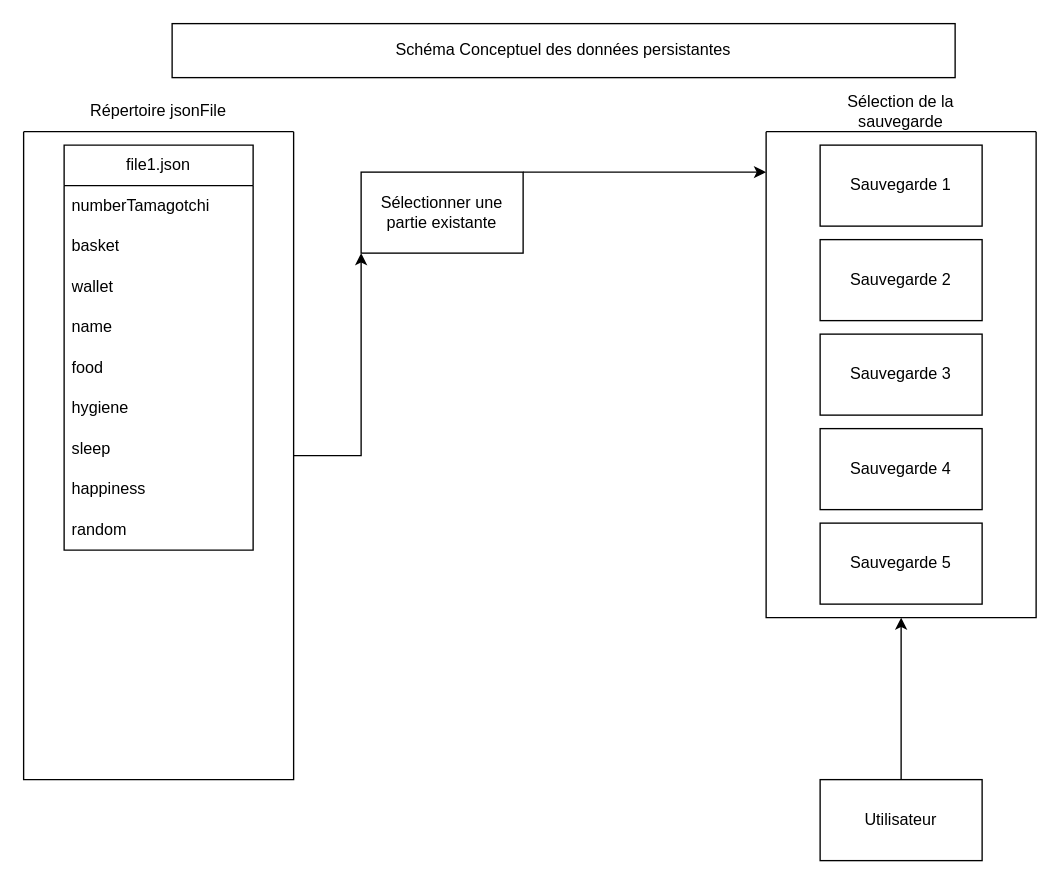
BMaurice56/Tamagotchi keeps this draw.io diagram as SchemaConceptuelPersistanceData.drawio. Above is the earlier version. Source tidied: cells renumbered, new cells numbered last; positions are measured from the earlier drawing's top-left corner, leaving out a move shared by most shapes. Both pictures are drawn from the tidied source at 135%, with x=0, y=0 at pixel (23, 23).
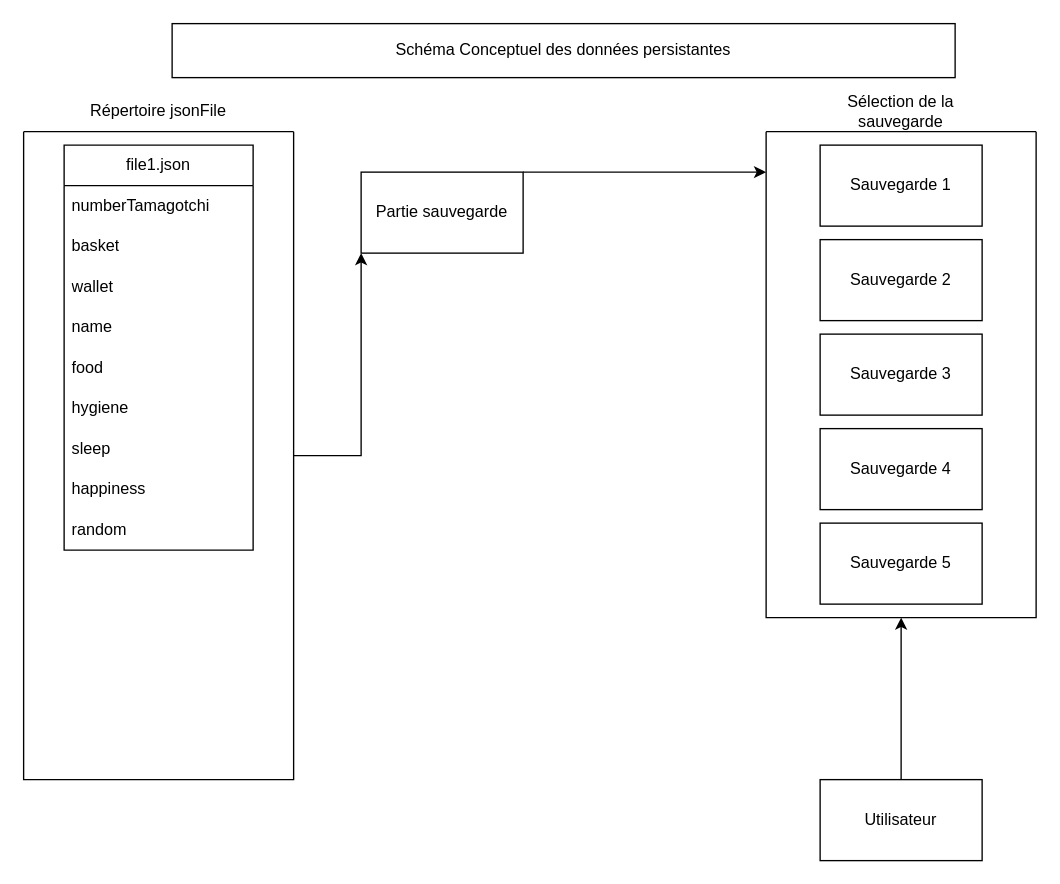
The same diagram, later.

Commit message:
Mettre à jour SchemaConceptuelPersistanceData.drawio

Diff of the diagram source:
```diff
@@
-    <mxCell id="23" value="Sélectionner une partie existante" style="rounded=0;whiteSpace=wrap;html=1;" parent="1" vertex="1">
+    <mxCell id="23" value="Partie sauvegarde" style="rounded=0;whiteSpace=wrap;html=1;" parent="1" vertex="1">
       <mxGeometry x="250" y="110" width="120" height="60" as="geometry" />
     </mxCell>
```
